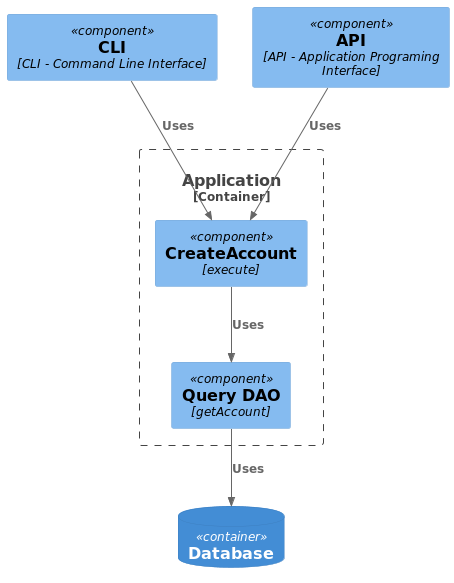
Before: assets/component/component_getAccount.png, a diagram exported from PlantUML (ivanfigueiredo/project-java). Its diagram source:
```plantuml
@startuml
!include https://raw.githubusercontent.com/plantuml-stdlib/C4-PlantUML/master/C4_Component.puml

Component(cli, "CLI", "", $techn="CLI - Command Line Interface")
Component(api, "API", "", $techn="API - Application Programing Interface")
ContainerDb(db, "Database")

Container_Boundary(application, "Application") {
 Component(createAccount, "CreateAccount", "execute")
 Component(query, "Query DAO", "getAccount")

 Rel(createAccount, query, "Uses")
}

Rel(query, db, "Uses")
Rel(cli, createAccount, "Uses")
Rel(api, createAccount, "Uses")
@enduml
```
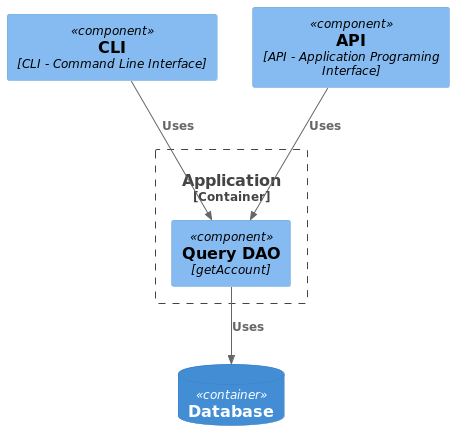
After the change.

Diff of the diagram source:
```diff
@@ -6,13 +6,10 @@
 ContainerDb(db, "Database")
 
 Container_Boundary(application, "Application") {
- Component(createAccount, "CreateAccount", "execute")
  Component(query, "Query DAO", "getAccount")
-
- Rel(createAccount, query, "Uses")
 }
 
 Rel(query, db, "Uses")
-Rel(cli, createAccount, "Uses")
-Rel(api, createAccount, "Uses")
+Rel(cli, query, "Uses")
+Rel(api, query, "Uses")
 @enduml
```
